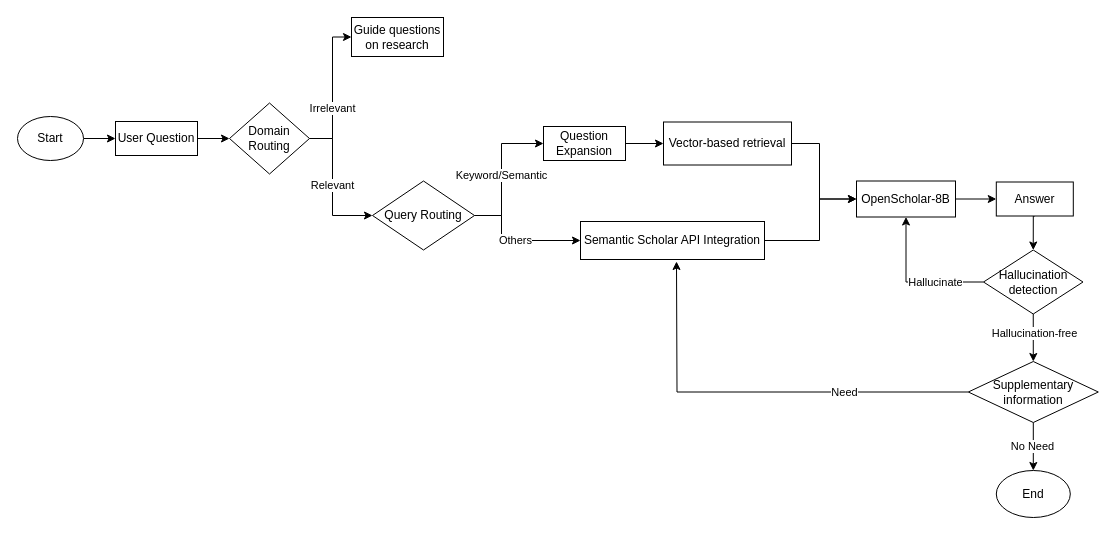
Before: diagrams/paper_agent.drawio in real-jiakai/draw, a draw.io diagram. Source tidied: cells renumbered, new cells numbered last; positions are measured from the earlier drawing's top-left corner, leaving out a move shared by most shapes. Both pictures are drawn from the tidied source at 100%, with x=0, y=0 at pixel (17, 17).
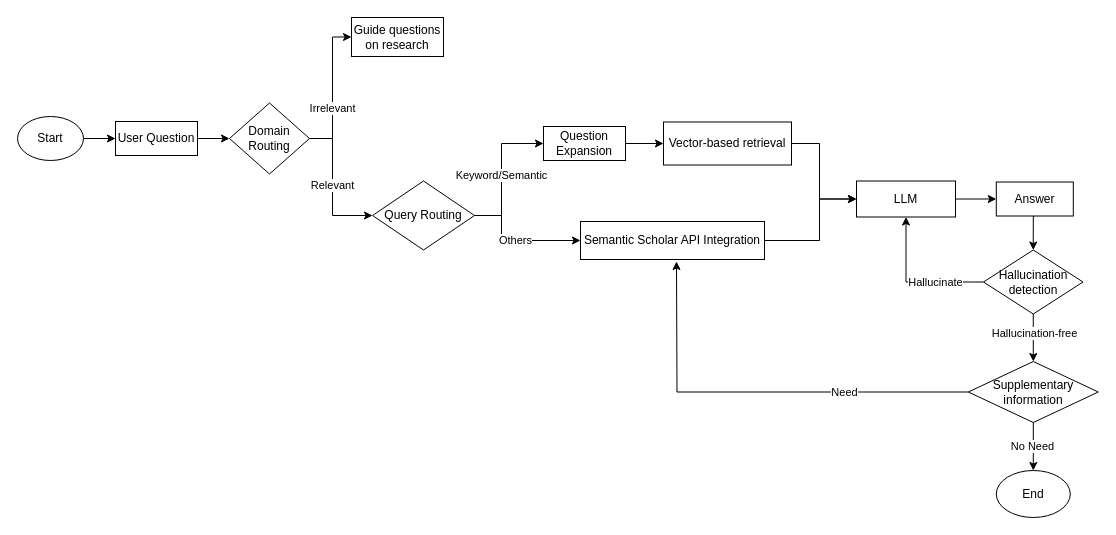
The same diagram, later.

What changed in the source:
```diff
@@
-    <mxCell id="20" value="OpenScholar-8B" style="rounded=0;whiteSpace=wrap;html=1;" parent="1" vertex="1">
+    <mxCell id="20" value="LLM" style="rounded=0;whiteSpace=wrap;html=1;" parent="1" vertex="1">
       <mxGeometry x="839" y="163.5" width="99" height="36" as="geometry" />
     </mxCell>
```
